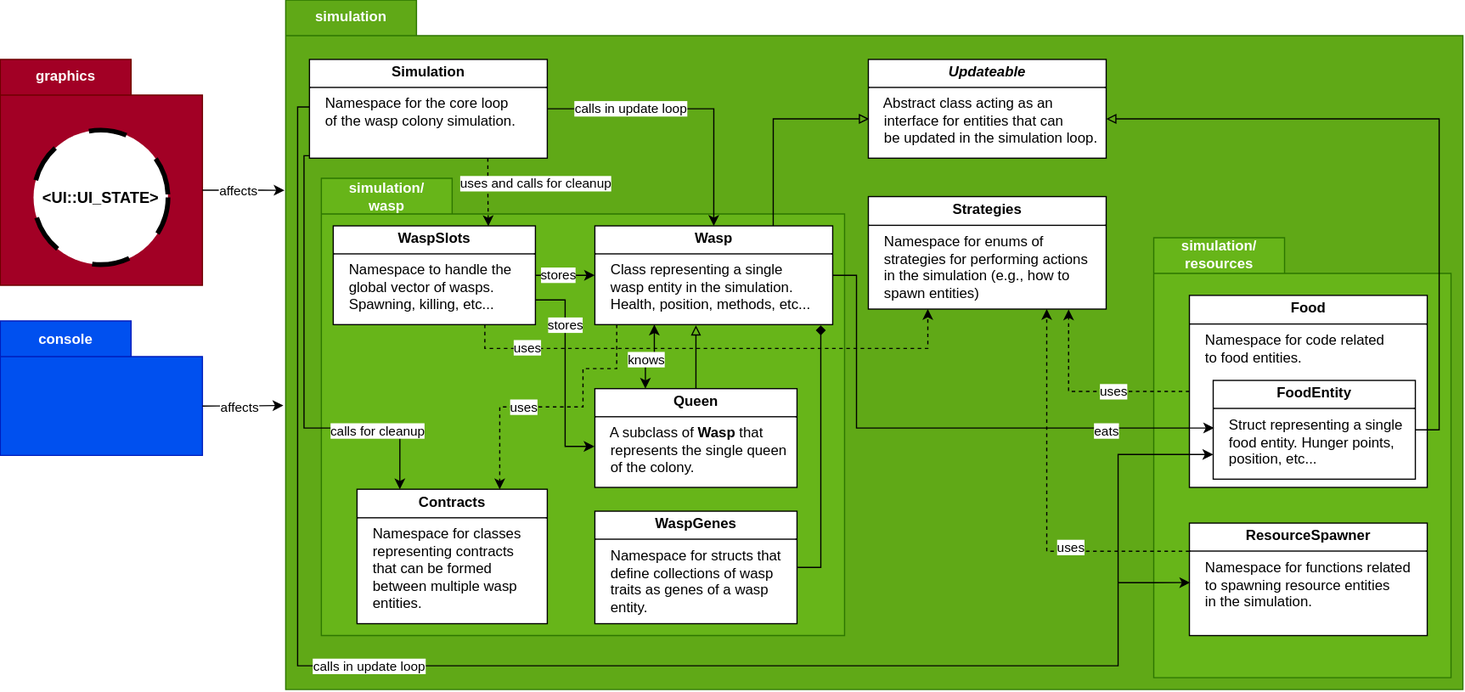
The draw.io diagram docs/img/simulation_architecture.svg in ErikSeewald/Eriks-Wasp-Sim, before a commit. Source tidied: cells renumbered, new cells last; positions are measured from the earlier drawing's top-left corner, leaving out a move shared by most shapes.
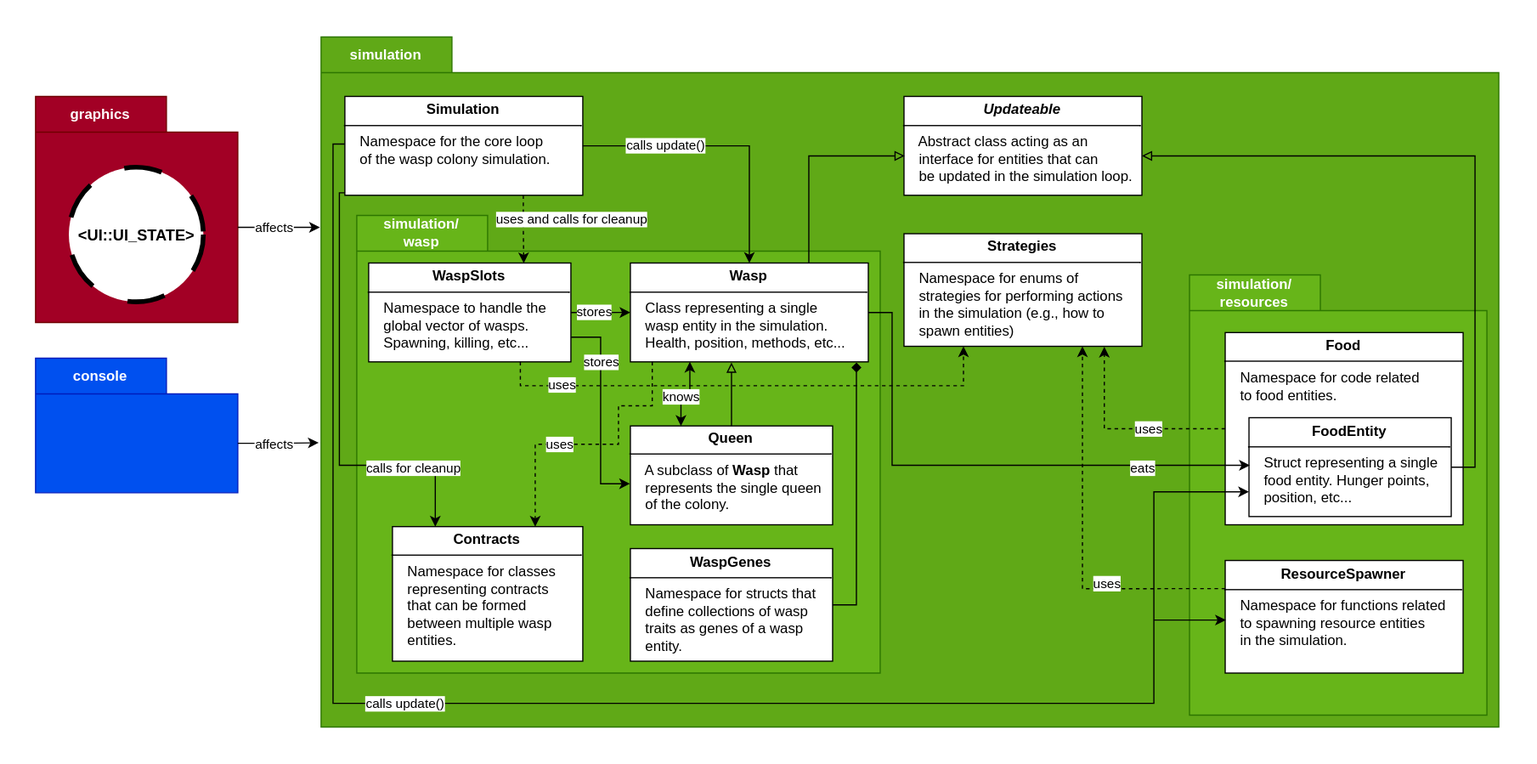
After the change.

The edit, as a diff of the source:
```diff
@@ -85,7 +85,7 @@
         </Array>
       </mxGeometry>
     </mxCell>
-    <mxCell id="21" value="calls in update loop" style="edgeLabel;html=1;align=center;verticalAlign=middle;" parent="20" vertex="1">
+    <mxCell id="21" value="calls update()" style="edgeLabel;html=1;align=center;verticalAlign=middle;" parent="20" vertex="1">
       <mxGeometry x="0.46" y="-1" relative="1" as="geometry">
         <mxPoint x="-500" y="-1" as="offset" />
       </mxGeometry>
@@ -134,7 +134,7 @@
     <mxCell id="30" style="edgeStyle=orthogonalEdgeStyle;rounded=0;jettySize=auto;html=1;entryX=0.5;entryY=0;entryDx=0;entryDy=0;" parent="1" edge="1" source="4" target="29">
       <mxGeometry relative="1" as="geometry" />
     </mxCell>
-    <mxCell id="31" value="calls in update loop" style="edgeLabel;html=1;align=center;verticalAlign=middle;" parent="30" vertex="1">
+    <mxCell id="31" value="calls update()" style="edgeLabel;html=1;align=center;verticalAlign=middle;" parent="30" vertex="1">
       <mxGeometry x="-0.58" y="1" relative="1" as="geometry">
         <mxPoint x="20" y="1" as="offset" />
       </mxGeometry>
```
